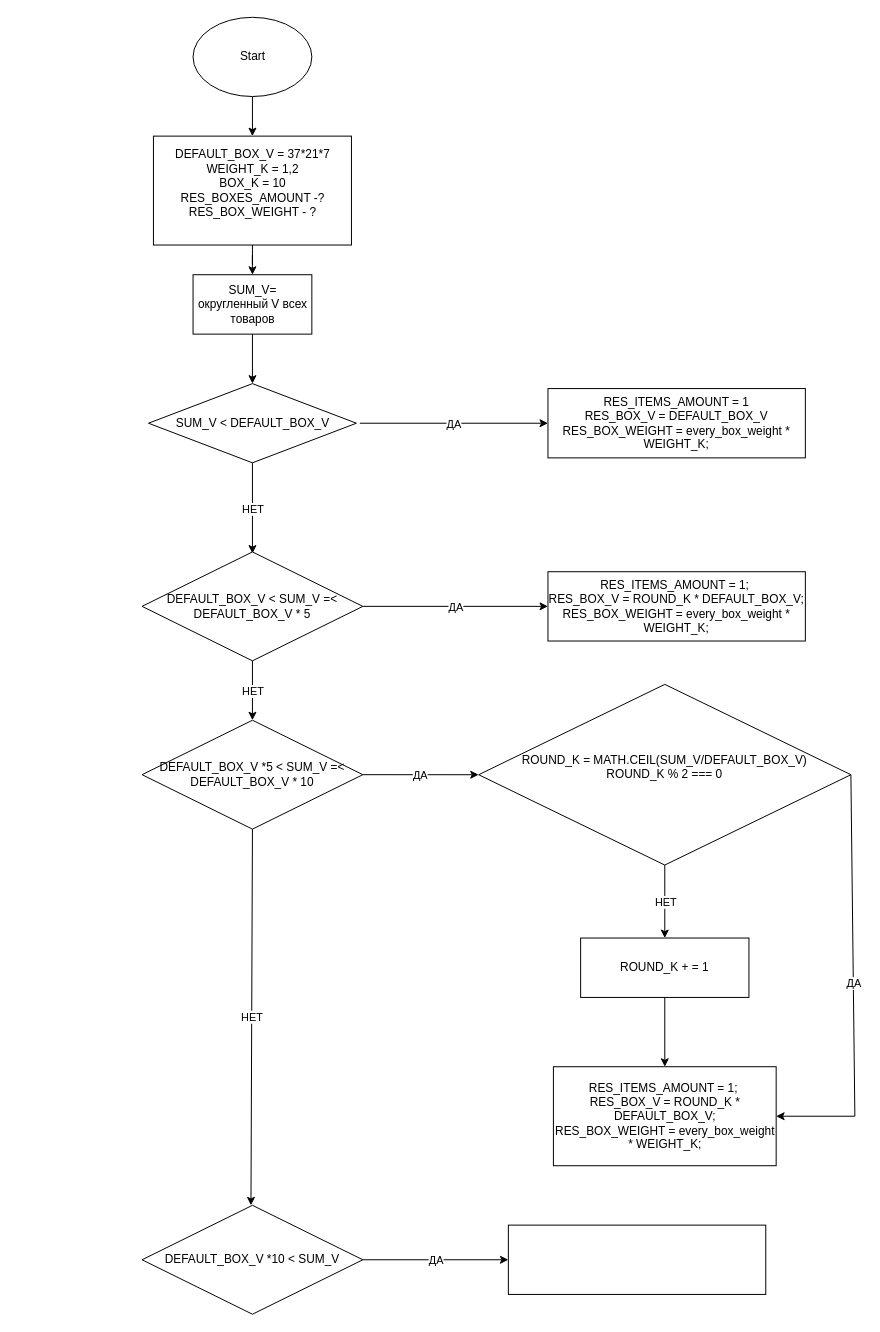
Earlier version of the draw.io diagram diagramma_ v2.drawio (OkoLab/diagrams). Source tidied: cells renumbered, new cells numbered last; positions are measured from the earlier drawing's top-left corner, leaving out a move shared by most shapes. Both pictures are drawn from the tidied source at 99%, with x=0, y=0 at pixel (142, 17).
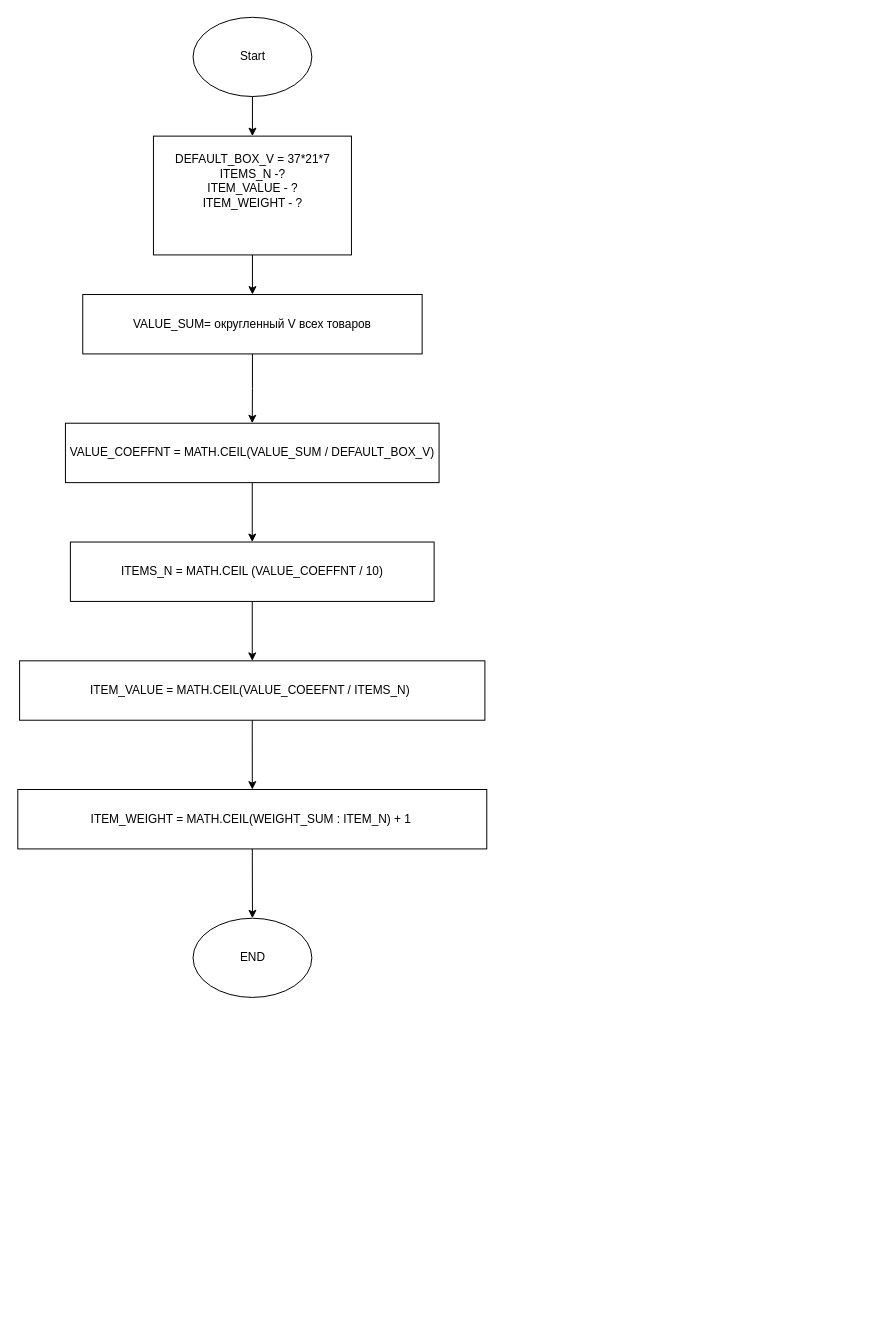
After the change.

Commit message (it also covers changes not shown here):
Delete packing_box_diagramma and modified diagramma_v2

Diff of the diagram source:
```diff
@@
-    <mxCell id="2" style="edgeStyle=orthogonalEdgeStyle;rounded=0;jettySize=auto;html=1;" parent="1" edge="1" source="3" target="4">
+    <mxCell id="2" style="edgeStyle=orthogonalEdgeStyle;rounded=0;jettySize=auto;html=1;entryX=0.5;entryY=0;entryDx=0;entryDy=0;entryPerimeter=0;" parent="1" edge="1" source="3" target="37">
       <mxGeometry relative="1" as="geometry" />
     </mxCell>
-    <mxCell id="3" value="SUM_V= округленный V всех товаров" style="rounded=0;whiteSpace=wrap;html=1;" parent="1" vertex="1">
-      <mxGeometry x="51.5" y="260" width="120" height="60" as="geometry" />
+    <mxCell id="3" value="VALUE_SUM= округленный V всех товаров" style="rounded=0;whiteSpace=wrap;html=1;" parent="1" vertex="1">
+      <mxGeometry x="-59.9" y="280" width="342.8" height="60" as="geometry" />
     </mxCell>
-    <mxCell id="4" value="SUM_V &amp;lt; DEFAULT_BOX_V" style="rhombus;whiteSpace=wrap;html=1;" parent="1" vertex="1">
-      <mxGeometry x="6.5" y="370" width="210" height="80" as="geometry" />
-    </mxCell>
@@
-    <mxCell id="6" value="&lt;div&gt;DEFAULT_BOX_V = 37*21*7&lt;/div&gt;&lt;div&gt;WEIGHT_K = 1,2&lt;/div&gt;&lt;div&gt;BOX_K = 10&lt;/div&gt;&lt;div&gt;RES_BOXES_AMOUNT -?&lt;/div&gt;&lt;div&gt;RES_BOX_WEIGHT - ?&lt;/div&gt;&lt;div&gt;&lt;br&gt;&lt;/div&gt;" style="rounded=0;whiteSpace=wrap;html=1;" parent="1" vertex="1">
-      <mxGeometry x="11.5" y="120" width="200" height="110" as="geometry" />
+    <mxCell id="6" value="&lt;div&gt;DEFAULT_BOX_V = 37*21*7&lt;/div&gt;&lt;div&gt;ITEMS_N -?&lt;/div&gt;&lt;div&gt;ITEM_VALUE - ?&lt;/div&gt;&lt;div&gt;ITEM_WEIGHT - ?&lt;/div&gt;&lt;div&gt;&lt;br&gt;&lt;/div&gt;&lt;div&gt;&lt;br&gt;&lt;/div&gt;" style="rounded=0;whiteSpace=wrap;html=1;" parent="1" vertex="1">
+      <mxGeometry x="11.5" y="120" width="200" height="120" as="geometry" />
     </mxCell>
@@
-    <mxCell id="9" style="endArrow=classic;html=1;rounded=0;exitX=0.5;exitY=1;exitDx=0;exitDy=0;" parent="1" edge="1" source="4">
-      <mxGeometry relative="1" as="geometry">
-        <mxPoint x="111.5" y="541.6" as="targetPoint" />
-      </mxGeometry>
-    </mxCell>
-    <mxCell id="10" value="НЕТ" style="edgeLabel;html=1;align=center;verticalAlign=middle;" parent="9" vertex="1">
-      <mxGeometry relative="1" as="geometry" />
-    </mxCell>
-    <mxCell id="11" value="&lt;div&gt;RES_ITEMS_AMOUNT = 1&lt;/div&gt;&lt;div&gt;RES_BOX_V = DEFAULT_BOX_V&lt;/div&gt;&lt;div&gt;RES_BOX_WEIGHT = every_box_weight * WEIGHT_K;&lt;/div&gt;" style="rounded=0;whiteSpace=wrap;html=1;" parent="1" vertex="1">
-      <mxGeometry x="410" y="375" width="260" height="70" as="geometry" />
-    </mxCell>
-    <mxCell id="12" style="endArrow=classic;html=1;rounded=0;" parent="1" edge="1" target="11">
-      <mxGeometry relative="1" as="geometry">
-        <mxPoint x="220" y="410" as="sourcePoint" />
-      </mxGeometry>
-    </mxCell>
-    <mxCell id="13" value="ДА" style="edgeLabel;html=1;align=center;verticalAlign=middle;" parent="12" vertex="1">
-      <mxGeometry x="-0.01" relative="1" as="geometry" />
-    </mxCell>
-    <mxCell id="14" value="DEFAULT_BOX_V &amp;lt;&lt;span style=&quot;background-color: initial;&quot;&gt;&amp;nbsp;SUM_V =&amp;lt; DEFAULT_BOX_V&amp;nbsp;* 5&lt;/span&gt;" style="rhombus;whiteSpace=wrap;html=1;" parent="1" vertex="1">
-      <mxGeometry y="540" width="223" height="110" as="geometry" />
-    </mxCell>
-    <mxCell id="15" style="endArrow=classic;html=1;rounded=0;exitX=0.5;exitY=1;exitDx=0;exitDy=0;entryX=0.5;entryY=0;entryDx=0;entryDy=0;" parent="1" edge="1" source="14" target="19">
-      <mxGeometry relative="1" as="geometry" />
-    </mxCell>
-    <mxCell id="16" value="НЕТ" style="edgeLabel;html=1;align=center;verticalAlign=middle;" parent="15" vertex="1">
-      <mxGeometry relative="1" as="geometry" />
-    </mxCell>
-    <mxCell id="17" style="endArrow=classic;html=1;rounded=0;exitX=1;exitY=0.5;exitDx=0;exitDy=0;entryX=0;entryY=0.5;entryDx=0;entryDy=0;" parent="1" edge="1" source="14" target="36">
-      <mxGeometry relative="1" as="geometry" />
-    </mxCell>
-    <mxCell id="18" value="ДА" style="edgeLabel;html=1;align=center;verticalAlign=middle;" parent="17" vertex="1">
-      <mxGeometry x="-0.01" relative="1" as="geometry" />
-    </mxCell>
-    <mxCell id="19" value="DEFAULT_BOX_V *5 &amp;lt; SUM_V =&amp;lt; DEFAULT_BOX_V&amp;nbsp;* 10" style="rhombus;whiteSpace=wrap;html=1;" parent="1" vertex="1">
-      <mxGeometry y="710" width="223" height="110" as="geometry" />
-    </mxCell>
-    <mxCell id="20" style="endArrow=classic;html=1;rounded=0;exitX=0.5;exitY=1;exitDx=0;exitDy=0;" parent="1" edge="1" source="19">
-      <mxGeometry relative="1" as="geometry">
-        <mxPoint x="110" y="1200" as="targetPoint" />
-      </mxGeometry>
-    </mxCell>
-    <mxCell id="21" value="НЕТ" style="edgeLabel;html=1;align=center;verticalAlign=middle;" parent="20" vertex="1">
-      <mxGeometry relative="1" as="geometry" />
-    </mxCell>
-    <mxCell id="22" style="endArrow=classic;html=1;rounded=0;entryX=0;entryY=0.5;entryDx=0;entryDy=0;exitX=1;exitY=0.5;exitDx=0;exitDy=0;" parent="1" edge="1" source="19" target="28">
-      <mxGeometry relative="1" as="geometry" />
-    </mxCell>
-    <mxCell id="23" value="ДА" style="edgeLabel;html=1;align=center;verticalAlign=middle;" parent="22" vertex="1">
-      <mxGeometry x="-0.01" relative="1" as="geometry" />
-    </mxCell>
-    <mxCell id="24" value="DEFAULT_BOX_V *10 &amp;lt; SUM_V" style="rhombus;whiteSpace=wrap;html=1;" parent="1" vertex="1">
-      <mxGeometry y="1200" width="223" height="110" as="geometry" />
-    </mxCell>
-    <mxCell id="25" style="endArrow=classic;html=1;rounded=0;entryX=0;entryY=0.5;entryDx=0;entryDy=0;exitX=1;exitY=0.5;exitDx=0;exitDy=0;" parent="1" edge="1" source="24" target="27">
-      <mxGeometry relative="1" as="geometry" />
-    </mxCell>
-    <mxCell id="26" value="ДА" style="edgeLabel;html=1;align=center;verticalAlign=middle;" parent="25" vertex="1">
-      <mxGeometry x="-0.01" relative="1" as="geometry" />
-    </mxCell>
-    <mxCell id="27" style="rounded=0;whiteSpace=wrap;html=1;" parent="1" vertex="1">
-      <mxGeometry x="370" y="1220" width="260" height="70" as="geometry" />
-    </mxCell>
-    <mxCell id="28" value="&lt;div&gt;ROUND_K = MATH.CEIL(SUM_V/DEFAULT_BOX_V)&lt;/div&gt;&lt;div&gt;ROUND_K % 2 === 0&lt;/div&gt;&lt;div&gt;&lt;br&gt;&lt;/div&gt;" style="rhombus;whiteSpace=wrap;html=1;" parent="1" vertex="1">
-      <mxGeometry x="340" y="673.8" width="376" height="182.5" as="geometry" />
-    </mxCell>
-    <mxCell id="29" style="endArrow=classic;html=1;rounded=0;exitX=1;exitY=0.5;exitDx=0;exitDy=0;" parent="1" edge="1" source="28" target="34">
-      <mxGeometry relative="1" as="geometry">
-        <Array as="points">
-          <mxPoint x="720" y="1110" />
-        </Array>
-      </mxGeometry>
-    </mxCell>
-    <mxCell id="30" value="ДА" style="edgeLabel;html=1;align=center;verticalAlign=middle;" parent="29" vertex="1">
-      <mxGeometry x="-0.01" relative="1" as="geometry" />
-    </mxCell>
-    <mxCell id="31" style="endArrow=classic;html=1;rounded=0;exitX=0.5;exitY=1;exitDx=0;exitDy=0;" parent="1" edge="1" source="28" target="33">
-      <mxGeometry relative="1" as="geometry" />
-    </mxCell>
-    <mxCell id="32" value="НЕТ" style="edgeLabel;html=1;align=center;verticalAlign=middle;" parent="31" vertex="1">
-      <mxGeometry relative="1" as="geometry" />
-    </mxCell>
-    <mxCell id="33" value="ROUND_K + = 1" style="rounded=0;whiteSpace=wrap;html=1;" parent="1" vertex="1">
-      <mxGeometry x="443" y="930" width="170" height="60" as="geometry" />
-    </mxCell>
-    <mxCell id="34" value="&lt;div&gt;RES_ITEMS_AMOUNT = 1;&amp;nbsp;&lt;/div&gt;&lt;div&gt;RES_BOX_V = ROUND_K * DEFAULT_BOX_V;&lt;/div&gt;&lt;div&gt;RES_BOX_WEIGHT = every_box_weight * WEIGHT_K;&lt;/div&gt;" style="rounded=0;whiteSpace=wrap;html=1;" parent="1" vertex="1">
-      <mxGeometry x="415.5" y="1060" width="225" height="100" as="geometry" />
-    </mxCell>
-    <mxCell id="35" style="endArrow=classic;html=1;rounded=0;exitX=0.5;exitY=1;exitDx=0;exitDy=0;entryX=0.5;entryY=0;entryDx=0;entryDy=0;" parent="1" edge="1" source="33" target="34">
-      <mxGeometry relative="1" as="geometry" />
-    </mxCell>
-    <mxCell id="36" value="&lt;div&gt;RES_ITEMS_AMOUNT = 1;&amp;nbsp;&lt;/div&gt;&lt;div&gt;RES_BOX_V = ROUND_K * DEFAULT_BOX_V;&lt;/div&gt;&lt;div&gt;RES_BOX_WEIGHT = every_box_weight * WEIGHT_K;&lt;/div&gt;" style="rounded=0;whiteSpace=wrap;html=1;" parent="1" vertex="1">
-      <mxGeometry x="410" y="560" width="260" height="70" as="geometry" />
-    </mxCell>
+    <mxCell id="37" value="VALUE_COEFFNT = MATH.CEIL(VALUE_SUM / DEFAULT_BOX_V)" style="rounded=0;whiteSpace=wrap;html=1;" parent="1" vertex="1">
+      <mxGeometry x="-77.4" y="410" width="377.4" height="60" as="geometry" />
+    </mxCell>
+    <mxCell id="38" value="ITEMS_N = MATH.CEIL (VALUE_COEFFNT / 10)" style="rounded=0;whiteSpace=wrap;html=1;" parent="1" vertex="1">
+      <mxGeometry x="-72.4" y="530" width="367.4" height="60" as="geometry" />
+    </mxCell>
+    <mxCell id="39" style="endArrow=classic;html=1;rounded=0;exitX=0.5;exitY=1;exitDx=0;exitDy=0;" parent="1" edge="1" source="37" target="38">
+      <mxGeometry relative="1" as="geometry" />
+    </mxCell>
+    <mxCell id="40" value="ITEM_VALUE = MATH.CEIL(VALUE_COEEFNT / ITEMS_N)&amp;nbsp;" style="rounded=0;whiteSpace=wrap;html=1;" parent="1" vertex="1">
+      <mxGeometry x="-123.7" y="650" width="470" height="60" as="geometry" />
+    </mxCell>
+    <mxCell id="41" style="endArrow=classic;html=1;rounded=0;exitX=0.5;exitY=1;exitDx=0;exitDy=0;entryX=0.5;entryY=0;entryDx=0;entryDy=0;" parent="1" edge="1" source="38" target="40">
+      <mxGeometry relative="1" as="geometry" />
+    </mxCell>
+    <mxCell id="42" value="ITEM_WEIGHT = MATH.CEIL(WEIGHT_SUM : ITEM_N) + 1&amp;nbsp;" style="rounded=0;whiteSpace=wrap;html=1;" parent="1" vertex="1">
+      <mxGeometry x="-125.5" y="780" width="473.7" height="60" as="geometry" />
+    </mxCell>
+    <mxCell id="43" style="endArrow=classic;html=1;rounded=0;exitX=0.5;exitY=1;exitDx=0;exitDy=0;entryX=0.5;entryY=0;entryDx=0;entryDy=0;" parent="1" edge="1" source="40" target="42">
+      <mxGeometry relative="1" as="geometry" />
+    </mxCell>
+    <mxCell id="44" value="END" style="ellipse;whiteSpace=wrap;html=1;" parent="1" vertex="1">
+      <mxGeometry x="51.5" y="910" width="120" height="80" as="geometry" />
+    </mxCell>
+    <mxCell id="45" style="endArrow=classic;html=1;rounded=0;exitX=0.5;exitY=1;exitDx=0;exitDy=0;entryX=0.5;entryY=0;entryDx=0;entryDy=0;" parent="1" edge="1" source="42" target="44">
+      <mxGeometry relative="1" as="geometry" />
+    </mxCell>
```
